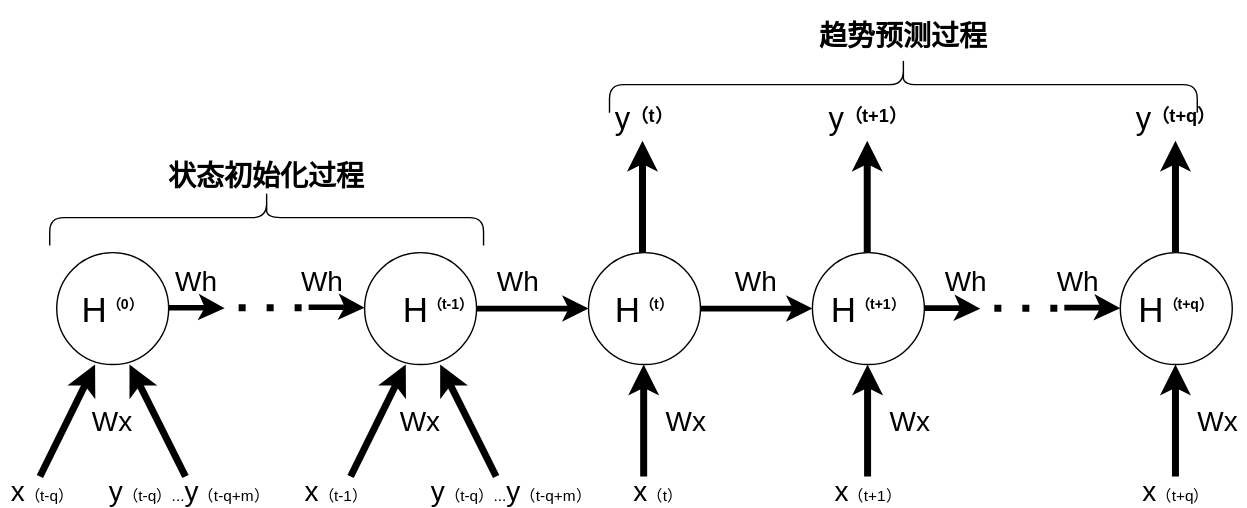
Before: model.svg, a diagram exported from draw.io (qiushirong000/mini_graphic_system). Source tidied: cells renumbered, new cells last; positions are measured from the earlier drawing's top-left corner, leaving out a move shared by most shapes.
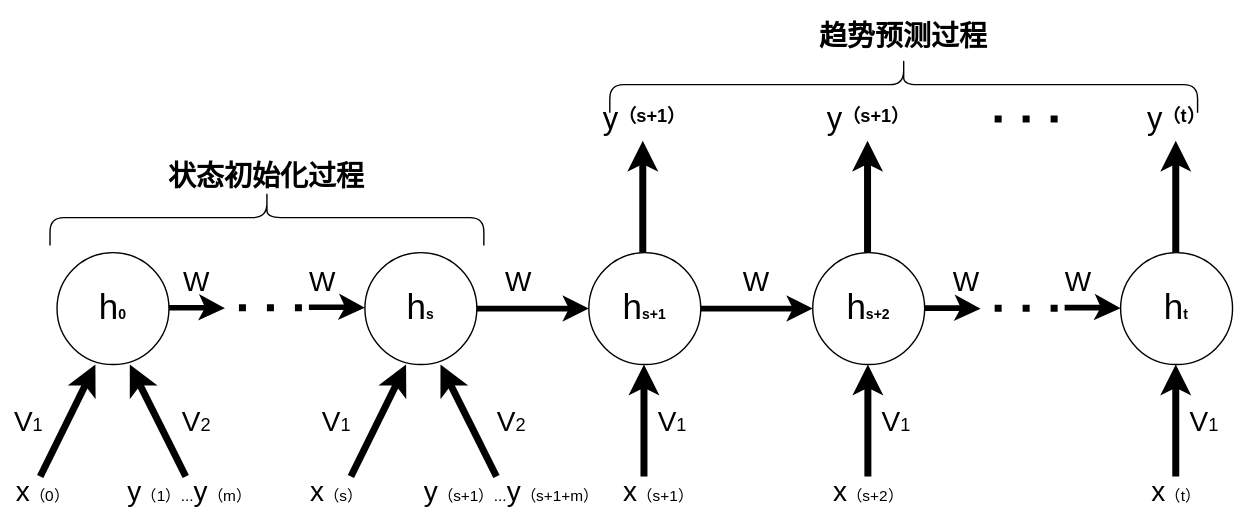
After the commit.

What changed in the source:
```diff
@@ -5,16 +5,16 @@
     <mxCell id="2" style="edgeStyle=orthogonalEdgeStyle;rounded=0;jettySize=auto;html=1;strokeWidth=4;" parent="1" edge="1" source="3" target="5">
       <mxGeometry relative="1" as="geometry" />
     </mxCell>
-    <mxCell id="3" value="&lt;div&gt;&lt;sub&gt;&lt;font style=&quot;font-size: 25px&quot;&gt;H&lt;/font&gt;&lt;/sub&gt;&lt;font&gt;&lt;b&gt;&lt;sup&gt;（t-1）&lt;/sup&gt;&lt;/b&gt;&lt;/font&gt;&lt;/div&gt;" style="ellipse;whiteSpace=wrap;html=1;align=right;" parent="1" vertex="1">
+    <mxCell id="3" value="&lt;div&gt;&lt;font&gt;&lt;sup&gt;&lt;span style=&quot;font-size: 25px&quot;&gt;h&lt;/span&gt;&lt;b&gt;s&lt;/b&gt;&lt;/sup&gt;&lt;/font&gt;&lt;/div&gt;" style="ellipse;whiteSpace=wrap;html=1;align=center;" parent="1" vertex="1">
       <mxGeometry x="260" y="330" width="80" height="80" as="geometry" />
     </mxCell>
     <mxCell id="4" style="edgeStyle=orthogonalEdgeStyle;rounded=0;jettySize=auto;html=1;strokeWidth=4;" parent="1" edge="1" source="5" target="6">
       <mxGeometry relative="1" as="geometry" />
     </mxCell>
-    <mxCell id="5" value="&lt;sub style=&quot;text-align: right&quot;&gt;&lt;font style=&quot;font-size: 25px&quot;&gt;H&lt;/font&gt;&lt;/sub&gt;&lt;font style=&quot;text-align: right&quot;&gt;&lt;b&gt;&lt;sup&gt;（t）&lt;/sup&gt;&lt;/b&gt;&lt;/font&gt;" style="ellipse;whiteSpace=wrap;html=1;" parent="1" vertex="1">
+    <mxCell id="5" value="&lt;font style=&quot;text-align: right&quot;&gt;&lt;sup&gt;&lt;span style=&quot;font-size: 25px&quot;&gt;h&lt;/span&gt;&lt;b&gt;s+1&lt;/b&gt;&lt;/sup&gt;&lt;/font&gt;" style="ellipse;whiteSpace=wrap;html=1;" parent="1" vertex="1">
       <mxGeometry x="420" y="330" width="80" height="80" as="geometry" />
     </mxCell>
-    <mxCell id="6" value="&lt;sub style=&quot;text-align: right&quot;&gt;&lt;font style=&quot;font-size: 25px&quot;&gt;H&lt;/font&gt;&lt;/sub&gt;&lt;font style=&quot;text-align: right&quot;&gt;&lt;b&gt;&lt;sup&gt;（t+1）&lt;/sup&gt;&lt;/b&gt;&lt;/font&gt;" style="ellipse;whiteSpace=wrap;html=1;" parent="1" vertex="1">
+    <mxCell id="6" value="&lt;font style=&quot;text-align: right&quot;&gt;&lt;sup&gt;&lt;span style=&quot;font-size: 25px&quot;&gt;h&lt;/span&gt;&lt;b&gt;s+2&lt;/b&gt;&lt;/sup&gt;&lt;/font&gt;" style="ellipse;whiteSpace=wrap;html=1;" parent="1" vertex="1">
       <mxGeometry x="580" y="330" width="80" height="80" as="geometry" />
     </mxCell>
     <mxCell id="7" style="edgeStyle=orthogonalEdgeStyle;rounded=0;orthogonalLoop=1;jettySize=auto;html=1;strokeWidth=4;" parent="1" edge="1">
@@ -37,7 +37,7 @@
         </Array>
       </mxGeometry>
     </mxCell>
-    <mxCell id="9" value="&lt;sub style=&quot;text-align: right&quot;&gt;&lt;font style=&quot;font-size: 25px&quot;&gt;H&lt;/font&gt;&lt;/sub&gt;&lt;font style=&quot;text-align: right&quot;&gt;&lt;b&gt;&lt;sup&gt;（0）&lt;/sup&gt;&lt;/b&gt;&lt;/font&gt;" style="ellipse;whiteSpace=wrap;html=1;" parent="1" vertex="1">
+    <mxCell id="9" value="&lt;font style=&quot;text-align: right&quot;&gt;&lt;sup&gt;&lt;span style=&quot;font-size: 25px&quot;&gt;h&lt;/span&gt;&lt;b&gt;0&lt;/b&gt;&lt;/sup&gt;&lt;/font&gt;" style="ellipse;whiteSpace=wrap;html=1;" parent="1" vertex="1">
       <mxGeometry x="40" y="330" width="80" height="80" as="geometry" />
     </mxCell>
     <mxCell id="10" style="endArrow=none;dashed=1;html=1;dashPattern=1 3;strokeWidth=5;endSize=7;" parent="1" edge="1">
@@ -78,7 +78,7 @@
         <mxPoint x="770" y="369.7" as="targetPoint" />
       </mxGeometry>
     </mxCell>
-    <mxCell id="15" value="&lt;sub style=&quot;text-align: right&quot;&gt;&lt;font style=&quot;font-size: 25px&quot;&gt;H&lt;/font&gt;&lt;/sub&gt;&lt;font style=&quot;text-align: right&quot;&gt;&lt;b&gt;&lt;sup&gt;（t+q）&lt;/sup&gt;&lt;/b&gt;&lt;/font&gt;" style="ellipse;whiteSpace=wrap;html=1;" parent="1" vertex="1">
+    <mxCell id="15" value="&lt;font style=&quot;text-align: right&quot;&gt;&lt;sup&gt;&lt;span style=&quot;font-size: 25px&quot;&gt;h&lt;/span&gt;&lt;b&gt;t&lt;/b&gt;&lt;/sup&gt;&lt;/font&gt;" style="ellipse;whiteSpace=wrap;html=1;" parent="1" vertex="1">
       <mxGeometry x="800" y="330" width="80" height="80" as="geometry" />
     </mxCell>
     <mxCell id="16" style="endArrow=classic;html=1;strokeWidth=5;" parent="1" edge="1">
@@ -135,67 +135,55 @@
         <mxPoint x="92" y="410" as="targetPoint" />
       </mxGeometry>
     </mxCell>
-    <mxCell id="25" value="&lt;font style=&quot;font-size: 20px&quot;&gt;Wx&lt;/font&gt;" style="text;html=1;strokeColor=none;fillColor=none;align=center;verticalAlign=middle;whiteSpace=wrap;rounded=0;" parent="1" vertex="1">
-      <mxGeometry x="60" y="440" width="40" height="20" as="geometry" />
+    <mxCell id="25" value="&lt;font style=&quot;font-size: 20px&quot;&gt;V&lt;/font&gt;&lt;font style=&quot;font-size: 13px&quot;&gt;1&lt;/font&gt;" style="text;html=1;strokeColor=none;fillColor=none;align=center;verticalAlign=middle;whiteSpace=wrap;rounded=0;" parent="1" vertex="1">
+      <mxGeometry y="440" width="40" height="20" as="geometry" />
     </mxCell>
-    <mxCell id="26" value="&lt;font style=&quot;font-size: 20px&quot;&gt;Wx&lt;/font&gt;" style="text;html=1;strokeColor=none;fillColor=none;align=center;verticalAlign=middle;whiteSpace=wrap;rounded=0;" parent="1" vertex="1">
-      <mxGeometry x="280" y="440" width="40" height="20" as="geometry" />
-    </mxCell>
-    <mxCell id="27" value="&lt;font style=&quot;font-size: 20px&quot;&gt;Wx&lt;/font&gt;" style="text;html=1;strokeColor=none;fillColor=none;align=center;verticalAlign=middle;whiteSpace=wrap;rounded=0;" parent="1" vertex="1">
-      <mxGeometry x="470" y="440" width="40" height="20" as="geometry" />
-    </mxCell>
-    <mxCell id="28" value="&lt;font style=&quot;font-size: 20px&quot;&gt;Wx&lt;/font&gt;" style="text;html=1;strokeColor=none;fillColor=none;align=center;verticalAlign=middle;whiteSpace=wrap;rounded=0;" parent="1" vertex="1">
-      <mxGeometry x="630" y="440" width="40" height="20" as="geometry" />
-    </mxCell>
-    <mxCell id="29" value="&lt;span style=&quot;font-size: 20px&quot;&gt;x&lt;/span&gt;&lt;font style=&quot;font-size: 11px&quot;&gt;（t-q）&lt;/font&gt;" style="text;html=1;strokeColor=none;fillColor=none;align=center;verticalAlign=middle;whiteSpace=wrap;rounded=0;" parent="1" vertex="1">
+    <mxCell id="29" value="&lt;span style=&quot;font-size: 20px&quot;&gt;x&lt;/span&gt;&lt;font style=&quot;font-size: 11px&quot;&gt;（0）&lt;/font&gt;" style="text;html=1;strokeColor=none;fillColor=none;align=center;verticalAlign=middle;whiteSpace=wrap;rounded=0;" parent="1" vertex="1">
       <mxGeometry y="490" width="60" height="20" as="geometry" />
     </mxCell>
-    <mxCell id="30" value="&lt;font style=&quot;font-size: 20px&quot;&gt;y&lt;/font&gt;&lt;font style=&quot;font-size: 11px&quot;&gt;（t-q）...&lt;/font&gt;&lt;font style=&quot;font-size: 20px&quot;&gt;y&lt;/font&gt;&lt;font style=&quot;font-size: 11px&quot;&gt;（t-q+m）&lt;/font&gt;" style="text;html=1;strokeColor=none;fillColor=none;align=center;verticalAlign=middle;whiteSpace=wrap;rounded=0;" parent="1" vertex="1">
+    <mxCell id="30" value="&lt;font style=&quot;font-size: 20px&quot;&gt;y&lt;/font&gt;&lt;font style=&quot;font-size: 11px&quot;&gt;（1）...&lt;/font&gt;&lt;font style=&quot;font-size: 20px&quot;&gt;y&lt;/font&gt;&lt;font style=&quot;font-size: 11px&quot;&gt;（m）&lt;/font&gt;" style="text;html=1;strokeColor=none;fillColor=none;align=center;verticalAlign=middle;whiteSpace=wrap;rounded=0;" parent="1" vertex="1">
       <mxGeometry x="60" y="490" width="150" height="20" as="geometry" />
     </mxCell>
-    <mxCell id="31" value="&lt;span style=&quot;font-size: 20px&quot;&gt;x&lt;/span&gt;&lt;font style=&quot;font-size: 11px&quot;&gt;（t-1）&lt;/font&gt;" style="text;html=1;strokeColor=none;fillColor=none;align=center;verticalAlign=middle;whiteSpace=wrap;rounded=0;" parent="1" vertex="1">
+    <mxCell id="31" value="&lt;span style=&quot;font-size: 20px&quot;&gt;x&lt;/span&gt;&lt;font style=&quot;font-size: 11px&quot;&gt;（s）&lt;/font&gt;" style="text;html=1;strokeColor=none;fillColor=none;align=center;verticalAlign=middle;whiteSpace=wrap;rounded=0;" parent="1" vertex="1">
       <mxGeometry x="210" y="490" width="60" height="20" as="geometry" />
     </mxCell>
-    <mxCell id="32" value="&lt;font style=&quot;font-size: 20px&quot;&gt;y&lt;/font&gt;&lt;font style=&quot;font-size: 11px&quot;&gt;（t-q）...&lt;/font&gt;&lt;font style=&quot;font-size: 20px&quot;&gt;y&lt;/font&gt;&lt;font style=&quot;font-size: 11px&quot;&gt;（t-q+m）&lt;/font&gt;" style="text;html=1;strokeColor=none;fillColor=none;align=center;verticalAlign=middle;whiteSpace=wrap;rounded=0;" parent="1" vertex="1">
+    <mxCell id="32" value="&lt;font style=&quot;font-size: 20px&quot;&gt;y&lt;/font&gt;&lt;font style=&quot;font-size: 11px&quot;&gt;（s+1）...&lt;/font&gt;&lt;font style=&quot;font-size: 20px&quot;&gt;y&lt;/font&gt;&lt;font style=&quot;font-size: 11px&quot;&gt;（s+1+m）&lt;/font&gt;" style="text;html=1;strokeColor=none;fillColor=none;align=center;verticalAlign=middle;whiteSpace=wrap;rounded=0;" parent="1" vertex="1">
       <mxGeometry x="290" y="490" width="150" height="20" as="geometry" />
     </mxCell>
-    <mxCell id="33" value="&lt;span style=&quot;font-size: 20px&quot;&gt;x&lt;/span&gt;&lt;font style=&quot;font-size: 11px&quot;&gt;（t）&lt;/font&gt;" style="text;html=1;strokeColor=none;fillColor=none;align=center;verticalAlign=middle;whiteSpace=wrap;rounded=0;" parent="1" vertex="1">
+    <mxCell id="33" value="&lt;span style=&quot;font-size: 20px&quot;&gt;x&lt;/span&gt;&lt;font style=&quot;font-size: 11px&quot;&gt;（s+1）&lt;/font&gt;" style="text;html=1;strokeColor=none;fillColor=none;align=center;verticalAlign=middle;whiteSpace=wrap;rounded=0;" parent="1" vertex="1">
       <mxGeometry x="440" y="490" width="60" height="20" as="geometry" />
     </mxCell>
-    <mxCell id="34" value="&lt;span style=&quot;font-size: 20px&quot;&gt;x&lt;/span&gt;&lt;font style=&quot;font-size: 11px&quot;&gt;（t+1）&lt;/font&gt;" style="text;html=1;strokeColor=none;fillColor=none;align=center;verticalAlign=middle;whiteSpace=wrap;rounded=0;" parent="1" vertex="1">
+    <mxCell id="34" value="&lt;span style=&quot;font-size: 20px&quot;&gt;x&lt;/span&gt;&lt;font style=&quot;font-size: 11px&quot;&gt;（s+2）&lt;/font&gt;" style="text;html=1;strokeColor=none;fillColor=none;align=center;verticalAlign=middle;whiteSpace=wrap;rounded=0;" parent="1" vertex="1">
       <mxGeometry x="590" y="490" width="60" height="20" as="geometry" />
     </mxCell>
-    <mxCell id="35" value="&lt;span style=&quot;font-size: 20px&quot;&gt;x&lt;/span&gt;&lt;font style=&quot;font-size: 11px&quot;&gt;（t+q）&lt;/font&gt;" style="text;html=1;strokeColor=none;fillColor=none;align=center;verticalAlign=middle;whiteSpace=wrap;rounded=0;" parent="1" vertex="1">
+    <mxCell id="35" value="&lt;span style=&quot;font-size: 20px&quot;&gt;x&lt;/span&gt;&lt;font style=&quot;font-size: 11px&quot;&gt;（t）&lt;/font&gt;" style="text;html=1;strokeColor=none;fillColor=none;align=center;verticalAlign=middle;whiteSpace=wrap;rounded=0;" parent="1" vertex="1">
       <mxGeometry x="810" y="490" width="60" height="20" as="geometry" />
     </mxCell>
-    <mxCell id="36" value="&lt;font style=&quot;font-size: 20px&quot;&gt;Wh&lt;/font&gt;" style="text;html=1;strokeColor=none;fillColor=none;align=center;verticalAlign=middle;whiteSpace=wrap;rounded=0;" parent="1" vertex="1">
+    <mxCell id="36" value="&lt;font style=&quot;font-size: 20px&quot;&gt;W&lt;/font&gt;" style="text;html=1;strokeColor=none;fillColor=none;align=center;verticalAlign=middle;whiteSpace=wrap;rounded=0;" parent="1" vertex="1">
       <mxGeometry x="120" y="340" width="40" height="20" as="geometry" />
     </mxCell>
-    <mxCell id="37" value="&lt;font style=&quot;font-size: 20px&quot;&gt;Wx&lt;/font&gt;" style="text;html=1;strokeColor=none;fillColor=none;align=center;verticalAlign=middle;whiteSpace=wrap;rounded=0;" parent="1" vertex="1">
-      <mxGeometry x="850" y="440" width="40" height="20" as="geometry" />
-    </mxCell>
-    <mxCell id="38" value="&lt;font style=&quot;font-size: 20px&quot;&gt;Wh&lt;/font&gt;" style="text;html=1;strokeColor=none;fillColor=none;align=center;verticalAlign=middle;whiteSpace=wrap;rounded=0;" parent="1" vertex="1">
+    <mxCell id="38" value="&lt;font style=&quot;font-size: 20px&quot;&gt;W&lt;/font&gt;" style="text;html=1;strokeColor=none;fillColor=none;align=center;verticalAlign=middle;whiteSpace=wrap;rounded=0;" parent="1" vertex="1">
       <mxGeometry x="210" y="340" width="40" height="20" as="geometry" />
     </mxCell>
-    <mxCell id="39" value="&lt;font style=&quot;font-size: 20px&quot;&gt;Wh&lt;/font&gt;" style="text;html=1;strokeColor=none;fillColor=none;align=center;verticalAlign=middle;whiteSpace=wrap;rounded=0;" parent="1" vertex="1">
+    <mxCell id="39" value="&lt;font style=&quot;font-size: 20px&quot;&gt;W&lt;/font&gt;" style="text;html=1;strokeColor=none;fillColor=none;align=center;verticalAlign=middle;whiteSpace=wrap;rounded=0;" parent="1" vertex="1">
       <mxGeometry x="350" y="340" width="40" height="20" as="geometry" />
     </mxCell>
-    <mxCell id="40" value="&lt;font style=&quot;font-size: 20px&quot;&gt;Wh&lt;/font&gt;" style="text;html=1;strokeColor=none;fillColor=none;align=center;verticalAlign=middle;whiteSpace=wrap;rounded=0;" parent="1" vertex="1">
+    <mxCell id="40" value="&lt;font style=&quot;font-size: 20px&quot;&gt;W&lt;/font&gt;" style="text;html=1;strokeColor=none;fillColor=none;align=center;verticalAlign=middle;whiteSpace=wrap;rounded=0;" parent="1" vertex="1">
       <mxGeometry x="520" y="340" width="40" height="20" as="geometry" />
     </mxCell>
-    <mxCell id="41" value="&lt;font style=&quot;font-size: 20px&quot;&gt;Wh&lt;/font&gt;" style="text;html=1;strokeColor=none;fillColor=none;align=center;verticalAlign=middle;whiteSpace=wrap;rounded=0;" parent="1" vertex="1">
+    <mxCell id="41" value="&lt;font style=&quot;font-size: 20px&quot;&gt;W&lt;/font&gt;" style="text;html=1;strokeColor=none;fillColor=none;align=center;verticalAlign=middle;whiteSpace=wrap;rounded=0;" parent="1" vertex="1">
       <mxGeometry x="670" y="340" width="40" height="20" as="geometry" />
     </mxCell>
-    <mxCell id="42" value="&lt;font style=&quot;font-size: 20px&quot;&gt;Wh&lt;/font&gt;" style="text;html=1;strokeColor=none;fillColor=none;align=center;verticalAlign=middle;whiteSpace=wrap;rounded=0;" parent="1" vertex="1">
+    <mxCell id="42" value="&lt;font style=&quot;font-size: 20px&quot;&gt;W&lt;/font&gt;" style="text;html=1;strokeColor=none;fillColor=none;align=center;verticalAlign=middle;whiteSpace=wrap;rounded=0;" parent="1" vertex="1">
       <mxGeometry x="750" y="340" width="40" height="20" as="geometry" />
     </mxCell>
-    <mxCell id="43" value="&lt;font style=&quot;font-size: 22px&quot;&gt;y&lt;/font&gt;&lt;sup&gt;&lt;font style=&quot;font-size: 13px&quot;&gt;&lt;b&gt;（t）&lt;/b&gt;&lt;/font&gt;&lt;/sup&gt;" style="text;html=1;strokeColor=none;fillColor=none;align=center;verticalAlign=middle;whiteSpace=wrap;rounded=0;" parent="1" vertex="1">
+    <mxCell id="43" value="&lt;font style=&quot;font-size: 22px&quot;&gt;y&lt;/font&gt;&lt;sup&gt;&lt;font style=&quot;font-size: 13px&quot;&gt;&lt;b&gt;（s+1）&lt;/b&gt;&lt;/font&gt;&lt;/sup&gt;" style="text;html=1;strokeColor=none;fillColor=none;align=center;verticalAlign=middle;whiteSpace=wrap;rounded=0;" parent="1" vertex="1">
       <mxGeometry x="410" y="220" width="100" height="30" as="geometry" />
     </mxCell>
-    <mxCell id="44" value="&lt;font style=&quot;font-size: 22px&quot;&gt;y&lt;/font&gt;&lt;sup&gt;&lt;font style=&quot;font-size: 13px&quot;&gt;&lt;b&gt;（t+1）&lt;/b&gt;&lt;/font&gt;&lt;/sup&gt;" style="text;html=1;strokeColor=none;fillColor=none;align=center;verticalAlign=middle;whiteSpace=wrap;rounded=0;" parent="1" vertex="1">
+    <mxCell id="44" value="&lt;font style=&quot;font-size: 22px&quot;&gt;y&lt;/font&gt;&lt;sup&gt;&lt;font style=&quot;font-size: 13px&quot;&gt;&lt;b&gt;（s+1）&lt;/b&gt;&lt;/font&gt;&lt;/sup&gt;" style="text;html=1;strokeColor=none;fillColor=none;align=center;verticalAlign=middle;whiteSpace=wrap;rounded=0;" parent="1" vertex="1">
       <mxGeometry x="570" y="220" width="100" height="30" as="geometry" />
     </mxCell>
-    <mxCell id="45" value="&lt;font style=&quot;font-size: 22px&quot;&gt;y&lt;/font&gt;&lt;sup&gt;&lt;font style=&quot;font-size: 13px&quot;&gt;&lt;b&gt;（t+q）&lt;/b&gt;&lt;/font&gt;&lt;/sup&gt;" style="text;html=1;strokeColor=none;fillColor=none;align=center;verticalAlign=middle;whiteSpace=wrap;rounded=0;" parent="1" vertex="1">
+    <mxCell id="45" value="&lt;font style=&quot;font-size: 22px&quot;&gt;y&lt;/font&gt;&lt;sup&gt;&lt;font style=&quot;font-size: 13px&quot;&gt;&lt;b&gt;（t）&lt;/b&gt;&lt;/font&gt;&lt;/sup&gt;" style="text;html=1;strokeColor=none;fillColor=none;align=center;verticalAlign=middle;whiteSpace=wrap;rounded=0;" parent="1" vertex="1">
       <mxGeometry x="790" y="220" width="100" height="30" as="geometry" />
     </mxCell>
     <mxCell id="46" style="shape=curlyBracket;whiteSpace=wrap;html=1;rounded=1;flipH=1;rotation=-90;" parent="1" vertex="1">
@@ -210,5 +198,29 @@
     <mxCell id="49" value="&lt;font size=&quot;1&quot;&gt;&lt;b style=&quot;font-size: 20px&quot;&gt;趋势预测过程&lt;/b&gt;&lt;/font&gt;" style="text;html=1;strokeColor=none;fillColor=none;align=center;verticalAlign=middle;whiteSpace=wrap;rounded=0;" parent="1" vertex="1">
       <mxGeometry x="550" y="150" width="190" height="50" as="geometry" />
     </mxCell>
+    <mxCell id="50" value="&lt;font style=&quot;font-size: 20px&quot;&gt;V&lt;/font&gt;&lt;font style=&quot;font-size: 13px&quot;&gt;2&lt;/font&gt;" style="text;html=1;strokeColor=none;fillColor=none;align=center;verticalAlign=middle;whiteSpace=wrap;rounded=0;" parent="1" vertex="1">
+      <mxGeometry x="120" y="440" width="40" height="20" as="geometry" />
+    </mxCell>
+    <mxCell id="51" value="&lt;font style=&quot;font-size: 20px&quot;&gt;V&lt;/font&gt;&lt;font style=&quot;font-size: 13px&quot;&gt;1&lt;/font&gt;" style="text;html=1;strokeColor=none;fillColor=none;align=center;verticalAlign=middle;whiteSpace=wrap;rounded=0;" parent="1" vertex="1">
+      <mxGeometry x="220" y="440" width="40" height="20" as="geometry" />
+    </mxCell>
+    <mxCell id="52" value="&lt;font style=&quot;font-size: 20px&quot;&gt;V&lt;/font&gt;&lt;font style=&quot;font-size: 13px&quot;&gt;2&lt;/font&gt;" style="text;html=1;strokeColor=none;fillColor=none;align=center;verticalAlign=middle;whiteSpace=wrap;rounded=0;" parent="1" vertex="1">
+      <mxGeometry x="345" y="440" width="40" height="20" as="geometry" />
+    </mxCell>
+    <mxCell id="53" value="&lt;font style=&quot;font-size: 20px&quot;&gt;V&lt;/font&gt;&lt;font style=&quot;font-size: 13px&quot;&gt;1&lt;/font&gt;" style="text;html=1;strokeColor=none;fillColor=none;align=center;verticalAlign=middle;whiteSpace=wrap;rounded=0;" parent="1" vertex="1">
+      <mxGeometry x="460" y="440" width="40" height="20" as="geometry" />
+    </mxCell>
+    <mxCell id="54" value="&lt;font style=&quot;font-size: 20px&quot;&gt;V&lt;/font&gt;&lt;font style=&quot;font-size: 13px&quot;&gt;1&lt;/font&gt;" style="text;html=1;strokeColor=none;fillColor=none;align=center;verticalAlign=middle;whiteSpace=wrap;rounded=0;" parent="1" vertex="1">
+      <mxGeometry x="620" y="440" width="40" height="20" as="geometry" />
+    </mxCell>
+    <mxCell id="55" value="&lt;font style=&quot;font-size: 20px&quot;&gt;V&lt;/font&gt;&lt;font style=&quot;font-size: 13px&quot;&gt;1&lt;/font&gt;" style="text;html=1;strokeColor=none;fillColor=none;align=center;verticalAlign=middle;whiteSpace=wrap;rounded=0;" parent="1" vertex="1">
+      <mxGeometry x="840" y="440" width="40" height="20" as="geometry" />
+    </mxCell>
+    <mxCell id="56" style="endArrow=none;dashed=1;html=1;dashPattern=1 3;strokeWidth=5;endSize=7;" parent="1" edge="1">
+      <mxGeometry relative="1" as="geometry">
+        <mxPoint x="710" y="234.5" as="sourcePoint" />
+        <mxPoint x="770" y="234.5" as="targetPoint" />
+      </mxGeometry>
+    </mxCell>
   </root>
 </mxGraphModel>
```
